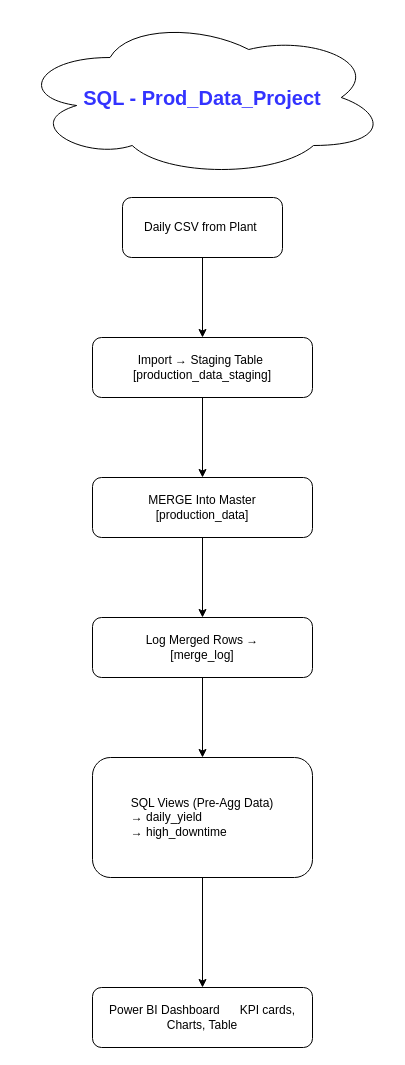
Above: SQL_ProdDB_FlowChart.drawio in AnubhavAdhar/trial (draw.io), before the change. Source tidied: cells renumbered, new cells numbered last; positions are measured from the earlier drawing's top-left corner, leaving out a move shared by most shapes. Both pictures are drawn from the tidied source at 100%, with x=0, y=0 at pixel (17, 17).
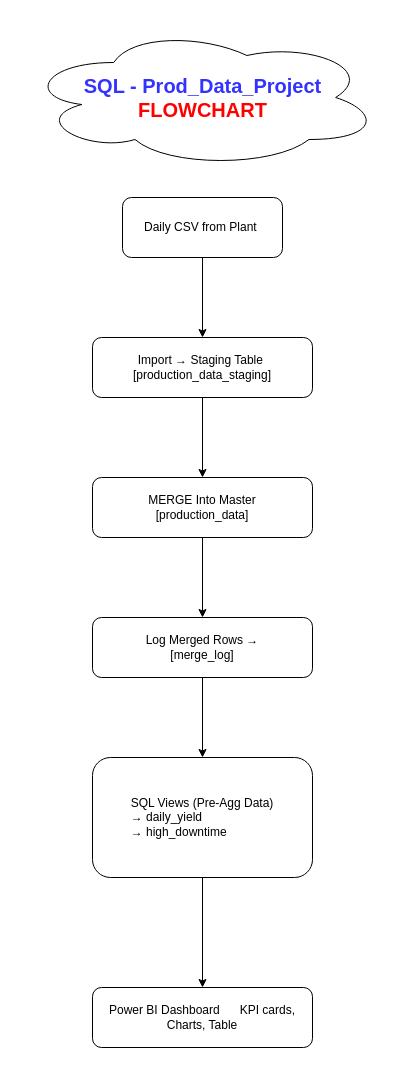
Above is the later version.

Diff of the diagram source:
```diff
@@
 <mxGraphModel>
   <root>
     <mxCell id="0" />
     <mxCell id="1" parent="0" />
     <mxCell id="2" style="edgeStyle=orthogonalEdgeStyle;rounded=0;jettySize=auto;html=1;" parent="1" edge="1" source="3" target="5">
       <mxGeometry relative="1" as="geometry" />
     </mxCell>
     <mxCell id="3" value="Daily CSV from Plant&amp;nbsp;" style="rounded=1;whiteSpace=wrap;html=1;" parent="1" vertex="1">
       <mxGeometry x="105" y="180" width="160" height="60" as="geometry" />
     </mxCell>
     <mxCell id="4" style="edgeStyle=orthogonalEdgeStyle;rounded=0;jettySize=auto;html=1;" parent="1" edge="1" source="5" target="7">
       <mxGeometry relative="1" as="geometry" />
     </mxCell>
     <mxCell id="5" value="&lt;div&gt;Import → Staging Table&lt;span style=&quot;background-color: transparent; color: light-dark(rgb(0, 0, 0), rgb(255, 255, 255));&quot;&gt;&amp;nbsp; [production_data_staging]&lt;/span&gt;&lt;/div&gt;" style="whiteSpace=wrap;html=1;rounded=1;" parent="1" vertex="1">
       <mxGeometry x="75" y="320" width="220" height="60" as="geometry" />
     </mxCell>
     <mxCell id="6" style="edgeStyle=orthogonalEdgeStyle;rounded=0;jettySize=auto;html=1;" parent="1" edge="1" source="7" target="9">
       <mxGeometry relative="1" as="geometry" />
     </mxCell>
     <mxCell id="7" value="&lt;div&gt;MERGE Into Master&lt;br&gt;&lt;span style=&quot;background-color: transparent; color: light-dark(rgb(0, 0, 0), rgb(255, 255, 255));&quot;&gt;[production_data]&lt;/span&gt;&lt;/div&gt;" style="whiteSpace=wrap;html=1;rounded=1;" parent="1" vertex="1">
       <mxGeometry x="75" y="460" width="220" height="60" as="geometry" />
     </mxCell>
     <mxCell id="8" style="edgeStyle=orthogonalEdgeStyle;rounded=0;jettySize=auto;html=1;" parent="1" edge="1" source="9" target="11">
       <mxGeometry relative="1" as="geometry" />
     </mxCell>
     <mxCell id="9" value="&lt;div&gt;Log Merged Rows →&lt;br&gt;&lt;span style=&quot;background-color: transparent; color: light-dark(rgb(0, 0, 0), rgb(255, 255, 255));&quot;&gt;[merge_log]&lt;/span&gt;&lt;/div&gt;" style="whiteSpace=wrap;html=1;rounded=1;" parent="1" vertex="1">
       <mxGeometry x="75" y="600" width="220" height="60" as="geometry" />
     </mxCell>
     <mxCell id="10" style="edgeStyle=orthogonalEdgeStyle;rounded=0;jettySize=auto;html=1;" parent="1" edge="1" source="11" target="12">
       <mxGeometry relative="1" as="geometry" />
     </mxCell>
     <mxCell id="11" value="SQL Views (Pre-Agg Data)&lt;br&gt;&lt;div style=&quot;text-align: left;&quot;&gt;&lt;span style=&quot;background-color: transparent; color: light-dark(rgb(0, 0, 0), rgb(255, 255, 255));&quot;&gt;→ daily_yield&lt;/span&gt;&lt;br&gt;&lt;span style=&quot;background-color: transparent; color: light-dark(rgb(0, 0, 0), rgb(255, 255, 255));&quot;&gt;→ high_downtime&lt;/span&gt;&lt;/div&gt;" style="whiteSpace=wrap;html=1;rounded=1;" parent="1" vertex="1">
       <mxGeometry x="75" y="740" width="220" height="120" as="geometry" />
     </mxCell>
     <mxCell id="12" value="&lt;div&gt;Power BI Dashboard&amp;nbsp; &amp;nbsp; &amp;nbsp;&lt;span style=&quot;background-color: transparent; color: light-dark(rgb(0, 0, 0), rgb(255, 255, 255));&quot;&gt;&amp;nbsp;KPI cards, Charts, Table&lt;/span&gt;&lt;/div&gt;" style="whiteSpace=wrap;html=1;rounded=1;" parent="1" vertex="1">
       <mxGeometry x="75" y="970" width="220" height="60" as="geometry" />
     </mxCell>
-    <mxCell id="13" value="&lt;font style=&quot;font-size: 20px; color: rgb(51, 51, 255);&quot;&gt;&lt;b style=&quot;&quot;&gt;SQL - Prod_Data_Project&lt;/b&gt;&lt;/font&gt;" style="ellipse;shape=cloud;whiteSpace=wrap;html=1;align=center;" parent="1" vertex="1">
-      <mxGeometry width="370" height="160" as="geometry" />
+    <mxCell id="13" value="&lt;font style=&quot;font-size: 20px;&quot;&gt;&lt;b style=&quot;&quot;&gt;&lt;font style=&quot;color: light-dark(rgb(51, 51, 255), rgb(168, 168, 255));&quot;&gt;SQL - Prod_Data_Project&lt;/font&gt;&lt;br&gt;&lt;font style=&quot;color: rgb(255, 0, 0);&quot;&gt;FLOWCHART&lt;/font&gt;&lt;/b&gt;&lt;/font&gt;" style="ellipse;shape=cloud;whiteSpace=wrap;html=1;align=center;" parent="1" vertex="1">
+      <mxGeometry x="7.5" y="10" width="355" height="140" as="geometry" />
     </mxCell>
   </root>
 </mxGraphModel>
```
